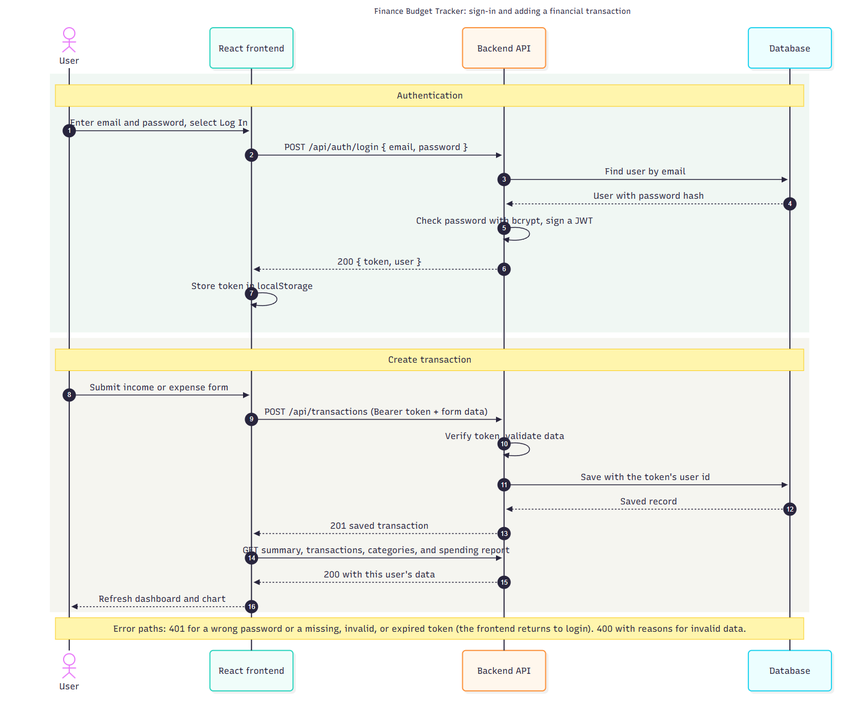
This is docs/architecture/sequence-overview.png from shreev2703/finance-budget-tracker, a Mermaid export, as it was before one commit. Its source is kept beside it as docs/architecture/sequence-overview.mmd.
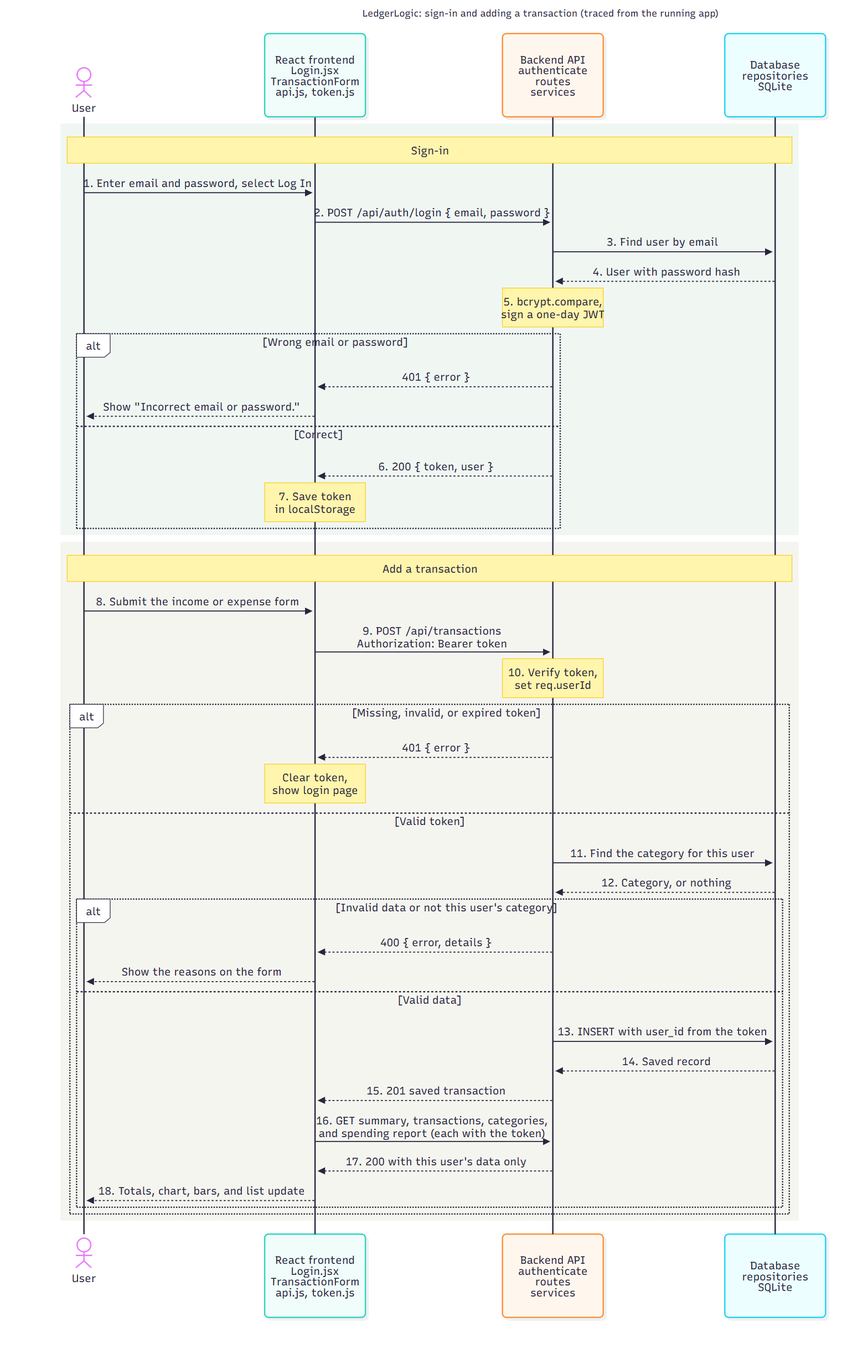
The same diagram one commit later.

Diff of the diagram source:
```diff
@@ -1,33 +1,47 @@
 sequenceDiagram
-    title Finance Budget Tracker: sign-in and adding a financial transaction
-    autonumber
+    title LedgerLogic: sign-in and adding a transaction (traced from the running app)
     actor User
-    participant FE as React frontend
-    participant BE as Backend API
-    participant DB as Database
+    participant FE as React frontend<br/>Login.jsx<br/>TransactionForm<br/>api.js, token.js
+    participant BE as Backend API<br/>authenticate<br/>routes<br/>services
+    participant DB as Database<br/>repositories<br/>SQLite
 
     rect rgb(240, 247, 243)
-    Note over User,DB: Authentication
-    User->>FE: Enter email and password, select Log In
-    FE->>BE: POST /api/auth/login { email, password }
-    BE->>DB: Find user by email
-    DB-->>BE: User with password hash
-    BE->>BE: Check password with bcrypt, sign a JWT
-    BE-->>FE: 200 { token, user }
-    FE->>FE: Store token in localStorage
+    Note over User,DB: Sign-in
+    User->>FE: 1. Enter email and password, select Log In
+    FE->>BE: 2. POST /api/auth/login { email, password }
+    BE->>DB: 3. Find user by email
+    DB-->>BE: 4. User with password hash
+    Note over BE: 5. bcrypt.compare,<br/>sign a one-day JWT
+    alt Wrong email or password
+        BE-->>FE: 401 { error }
+        FE-->>User: Show "Incorrect email or password."
+    else Correct
+        BE-->>FE: 6. 200 { token, user }
+        Note over FE: 7. Save token<br/>in localStorage
+    end
     end
 
     rect rgb(245, 245, 240)
-    Note over User,DB: Create transaction
-    User->>FE: Submit income or expense form
-    FE->>BE: POST /api/transactions (Bearer token + form data)
-    BE->>BE: Verify token, validate data
-    BE->>DB: Save with the token's user id
-    DB-->>BE: Saved record
-    BE-->>FE: 201 saved transaction
-    FE->>BE: GET summary, transactions, categories, and spending report
-    BE-->>FE: 200 with this user's data
-    FE-->>User: Refresh dashboard and chart
+    Note over User,DB: Add a transaction
+    User->>FE: 8. Submit the income or expense form
+    FE->>BE: 9. POST /api/transactions<br/>Authorization: Bearer token
+    Note over BE: 10. Verify token,<br/>set req.userId
+    alt Missing, invalid, or expired token
+        BE-->>FE: 401 { error }
+        Note over FE: Clear token,<br/>show login page
+    else Valid token
+        BE->>DB: 11. Find the category for this user
+        DB-->>BE: 12. Category, or nothing
+        alt Invalid data or not this user's category
+            BE-->>FE: 400 { error, details }
+            FE-->>User: Show the reasons on the form
+        else Valid data
+            BE->>DB: 13. INSERT with user_id from the token
+            DB-->>BE: 14. Saved record
+            BE-->>FE: 15. 201 saved transaction
+            FE->>BE: 16. GET summary, transactions, categories,<br/>and spending report (each with the token)
+            BE-->>FE: 17. 200 with this user's data only
+            FE-->>User: 18. Totals, chart, bars, and list update
+        end
     end
-
-    Note over User,DB: Error paths: 401 for a wrong password or a missing, invalid, or expired token (the frontend returns to login). 400 with reasons for invalid data.
+    end
```
